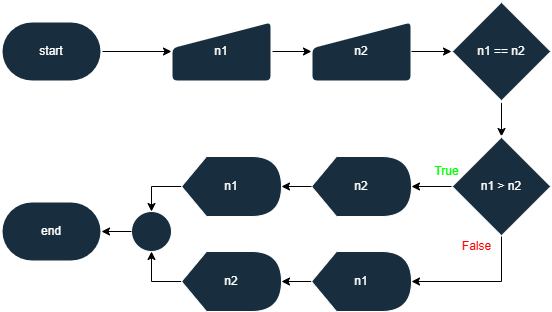
This is Parte-2/atividade4.png from kf-martins-uel/algoritmos-atividade1, a draw.io export, as it was before one commit. Source tidied: cells renumbered, new cells last; positions are measured from the earlier drawing's top-left corner, leaving out a move shared by most shapes. The source it was exported from:
```xml
<mxGraphModel math="1">
  <root>
    <mxCell id="0" />
    <mxCell id="1" parent="0" />
    <mxCell id="2" style="edgeStyle=orthogonalEdgeStyle;rounded=0;jettySize=auto;html=1;" parent="1" edge="1" source="3" target="5">
      <mxGeometry relative="1" as="geometry" />
    </mxCell>
    <mxCell id="3" value="start" style="strokeWidth=2;html=1;shape=mxgraph.flowchart.terminator;whiteSpace=wrap;labelBackgroundColor=none;fillColor=#182E3E;strokeColor=#FFFFFF;fontColor=#FFFFFF;rounded=0;" parent="1" vertex="1">
      <mxGeometry y="20" width="100" height="60" as="geometry" />
    </mxCell>
    <mxCell id="4" style="edgeStyle=orthogonalEdgeStyle;rounded=0;jettySize=auto;html=1;" parent="1" edge="1" source="5" target="6">
      <mxGeometry relative="1" as="geometry" />
    </mxCell>
    <mxCell id="5" value="n1" style="html=1;strokeWidth=2;shape=manualInput;whiteSpace=wrap;rounded=1;size=26;arcSize=11;labelBackgroundColor=none;fillColor=#182E3E;strokeColor=#FFFFFF;fontColor=#FFFFFF;" parent="1" vertex="1">
      <mxGeometry x="170" y="20" width="100" height="60" as="geometry" />
    </mxCell>
    <mxCell id="6" value="n2" style="html=1;strokeWidth=2;shape=manualInput;whiteSpace=wrap;rounded=1;size=26;arcSize=11;labelBackgroundColor=none;fillColor=#182E3E;strokeColor=#FFFFFF;fontColor=#FFFFFF;" parent="1" vertex="1">
      <mxGeometry x="310" y="20" width="100" height="60" as="geometry" />
    </mxCell>
    <mxCell id="7" style="edgeStyle=orthogonalEdgeStyle;rounded=0;jettySize=auto;html=1;" parent="1" edge="1" source="8" target="9">
      <mxGeometry relative="1" as="geometry" />
    </mxCell>
    <mxCell id="8" value="n1 == n2" style="strokeWidth=2;html=1;shape=mxgraph.flowchart.decision;whiteSpace=wrap;strokeColor=#FFFFFF;fontColor=#FFFFFF;fillColor=#182E3E;" parent="1" vertex="1">
      <mxGeometry x="450" width="100" height="100" as="geometry" />
    </mxCell>
    <mxCell id="9" value="n1 &amp;gt; n2" style="strokeWidth=2;html=1;shape=mxgraph.flowchart.decision;whiteSpace=wrap;strokeColor=#FFFFFF;fontColor=#FFFFFF;fillColor=#182E3E;" parent="1" vertex="1">
      <mxGeometry x="450" y="135" width="100" height="100" as="geometry" />
    </mxCell>
    <mxCell id="10" style="edgeStyle=orthogonalEdgeStyle;rounded=0;jettySize=auto;html=1;entryX=0;entryY=0.5;entryDx=0;entryDy=0;entryPerimeter=0;" parent="1" edge="1" source="6" target="8">
      <mxGeometry relative="1" as="geometry" />
    </mxCell>
    <mxCell id="11" value="n2" style="shape=display;whiteSpace=wrap;html=1;strokeColor=#FFFFFF;fontColor=#FFFFFF;fillColor=#182E3E;" parent="1" vertex="1">
      <mxGeometry x="310" y="155" width="100" height="60" as="geometry" />
    </mxCell>
    <mxCell id="12" style="edgeStyle=orthogonalEdgeStyle;rounded=0;jettySize=auto;html=1;" parent="1" edge="1" source="13" target="17">
      <mxGeometry relative="1" as="geometry" />
    </mxCell>
    <mxCell id="13" value="n1" style="shape=display;whiteSpace=wrap;html=1;strokeColor=#FFFFFF;fontColor=#FFFFFF;fillColor=#182E3E;" parent="1" vertex="1">
      <mxGeometry x="310" y="250" width="100" height="60" as="geometry" />
    </mxCell>
    <mxCell id="14" style="edgeStyle=orthogonalEdgeStyle;rounded=0;jettySize=auto;html=1;entryX=0.5;entryY=0;entryDx=0;entryDy=0;" parent="1" edge="1" source="15" target="23">
      <mxGeometry relative="1" as="geometry" />
    </mxCell>
    <mxCell id="15" value="n1" style="shape=display;whiteSpace=wrap;html=1;strokeColor=#FFFFFF;fontColor=#FFFFFF;fillColor=#182E3E;" parent="1" vertex="1">
      <mxGeometry x="180" y="155" width="100" height="60" as="geometry" />
    </mxCell>
    <mxCell id="16" style="edgeStyle=orthogonalEdgeStyle;rounded=0;jettySize=auto;html=1;entryX=0.5;entryY=1;entryDx=0;entryDy=0;" parent="1" edge="1" source="17" target="23">
      <mxGeometry relative="1" as="geometry" />
    </mxCell>
    <mxCell id="17" value="n2" style="shape=display;whiteSpace=wrap;html=1;strokeColor=#FFFFFF;fontColor=#FFFFFF;fillColor=#182E3E;" parent="1" vertex="1">
      <mxGeometry x="180" y="250" width="100" height="60" as="geometry" />
    </mxCell>
    <mxCell id="18" style="edgeStyle=orthogonalEdgeStyle;rounded=0;jettySize=auto;html=1;entryX=1;entryY=0.5;entryDx=0;entryDy=0;entryPerimeter=0;" parent="1" edge="1" source="9" target="11">
      <mxGeometry relative="1" as="geometry" />
    </mxCell>
    <mxCell id="19" style="edgeStyle=orthogonalEdgeStyle;rounded=0;jettySize=auto;html=1;entryX=1;entryY=0.5;entryDx=0;entryDy=0;entryPerimeter=0;" parent="1" edge="1" source="9" target="13">
      <mxGeometry relative="1" as="geometry">
        <Array as="points">
          <mxPoint x="500" y="280" />
        </Array>
      </mxGeometry>
    </mxCell>
    <mxCell id="20" style="edgeStyle=orthogonalEdgeStyle;rounded=0;jettySize=auto;html=1;entryX=1;entryY=0.5;entryDx=0;entryDy=0;entryPerimeter=0;" parent="1" edge="1" source="11" target="15">
      <mxGeometry relative="1" as="geometry" />
    </mxCell>
    <mxCell id="21" value="&lt;font style=&quot;color: light-dark(rgb(255, 0, 0), rgb(255, 0, 0));&quot;&gt;False&lt;/font&gt;" style="text;html=1;align=center;verticalAlign=middle;strokeColor=none;fillColor=none;fontColor=#FFFFFF;labelBackgroundColor=none;" parent="1" vertex="1">
      <mxGeometry x="450" y="230" width="50" height="30" as="geometry" />
    </mxCell>
    <mxCell id="22" value="&lt;font style=&quot;color: light-dark(rgb(0, 255, 0), rgb(0, 255, 0));&quot;&gt;True&lt;/font&gt;" style="text;html=1;align=center;verticalAlign=middle;strokeColor=none;fillColor=none;fontColor=#FFFFFF;labelBackgroundColor=none;" parent="1" vertex="1">
      <mxGeometry x="420" y="155" width="50" height="30" as="geometry" />
    </mxCell>
    <mxCell id="23" style="ellipse;whiteSpace=wrap;html=1;strokeColor=#FFFFFF;fontColor=#FFFFFF;fillColor=#182E3E;" parent="1" vertex="1">
      <mxGeometry x="130" y="210" width="40" height="40" as="geometry" />
    </mxCell>
    <mxCell id="24" value="end" style="strokeWidth=2;html=1;shape=mxgraph.flowchart.terminator;whiteSpace=wrap;labelBackgroundColor=none;fillColor=#182E3E;strokeColor=#FFFFFF;fontColor=#FFFFFF;rounded=0;" parent="1" vertex="1">
      <mxGeometry y="200" width="100" height="60" as="geometry" />
    </mxCell>
    <mxCell id="25" style="edgeStyle=orthogonalEdgeStyle;rounded=0;jettySize=auto;html=1;entryX=1;entryY=0.5;entryDx=0;entryDy=0;entryPerimeter=0;" parent="1" edge="1" source="23" target="24">
      <mxGeometry relative="1" as="geometry" />
    </mxCell>
  </root>
</mxGraphModel>
```
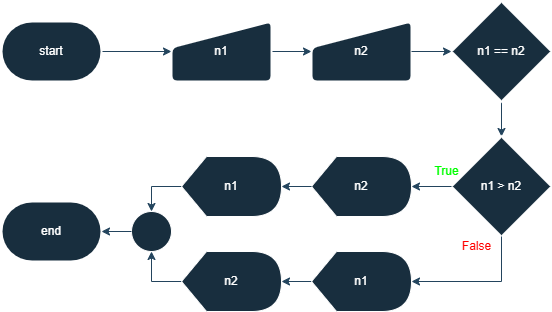
Above is the later version.

Diff of the diagram source:
```diff
@@ -2,13 +2,13 @@
   <root>
     <mxCell id="0" />
     <mxCell id="1" parent="0" />
-    <mxCell id="2" style="edgeStyle=orthogonalEdgeStyle;rounded=0;jettySize=auto;html=1;" parent="1" edge="1" source="3" target="5">
+    <mxCell id="2" style="edgeStyle=orthogonalEdgeStyle;rounded=0;jettySize=auto;html=1;labelBackgroundColor=none;strokeColor=#23445D;fontColor=default;" parent="1" edge="1" source="3" target="5">
       <mxGeometry relative="1" as="geometry" />
     </mxCell>
     <mxCell id="3" value="start" style="strokeWidth=2;html=1;shape=mxgraph.flowchart.terminator;whiteSpace=wrap;labelBackgroundColor=none;fillColor=#182E3E;strokeColor=#FFFFFF;fontColor=#FFFFFF;rounded=0;" parent="1" vertex="1">
       <mxGeometry y="20" width="100" height="60" as="geometry" />
     </mxCell>
-    <mxCell id="4" style="edgeStyle=orthogonalEdgeStyle;rounded=0;jettySize=auto;html=1;" parent="1" edge="1" source="5" target="6">
+    <mxCell id="4" style="edgeStyle=orthogonalEdgeStyle;rounded=0;jettySize=auto;html=1;labelBackgroundColor=none;strokeColor=#23445D;fontColor=default;" parent="1" edge="1" source="5" target="6">
       <mxGeometry relative="1" as="geometry" />
     </mxCell>
     <mxCell id="5" value="n1" style="html=1;strokeWidth=2;shape=manualInput;whiteSpace=wrap;rounded=1;size=26;arcSize=11;labelBackgroundColor=none;fillColor=#182E3E;strokeColor=#FFFFFF;fontColor=#FFFFFF;" parent="1" vertex="1">
@@ -17,50 +17,50 @@
     <mxCell id="6" value="n2" style="html=1;strokeWidth=2;shape=manualInput;whiteSpace=wrap;rounded=1;size=26;arcSize=11;labelBackgroundColor=none;fillColor=#182E3E;strokeColor=#FFFFFF;fontColor=#FFFFFF;" parent="1" vertex="1">
       <mxGeometry x="310" y="20" width="100" height="60" as="geometry" />
     </mxCell>
-    <mxCell id="7" style="edgeStyle=orthogonalEdgeStyle;rounded=0;jettySize=auto;html=1;" parent="1" edge="1" source="8" target="9">
+    <mxCell id="7" style="edgeStyle=orthogonalEdgeStyle;rounded=0;jettySize=auto;html=1;labelBackgroundColor=none;strokeColor=#23445D;fontColor=default;" parent="1" edge="1" source="8" target="9">
       <mxGeometry relative="1" as="geometry" />
     </mxCell>
-    <mxCell id="8" value="n1 == n2" style="strokeWidth=2;html=1;shape=mxgraph.flowchart.decision;whiteSpace=wrap;strokeColor=#FFFFFF;fontColor=#FFFFFF;fillColor=#182E3E;" parent="1" vertex="1">
+    <mxCell id="8" value="n1 == n2" style="strokeWidth=2;html=1;shape=mxgraph.flowchart.decision;whiteSpace=wrap;strokeColor=#FFFFFF;fontColor=#FFFFFF;fillColor=#182E3E;labelBackgroundColor=none;" parent="1" vertex="1">
       <mxGeometry x="450" width="100" height="100" as="geometry" />
     </mxCell>
-    <mxCell id="9" value="n1 &amp;gt; n2" style="strokeWidth=2;html=1;shape=mxgraph.flowchart.decision;whiteSpace=wrap;strokeColor=#FFFFFF;fontColor=#FFFFFF;fillColor=#182E3E;" parent="1" vertex="1">
+    <mxCell id="9" value="n1 &amp;gt; n2" style="strokeWidth=2;html=1;shape=mxgraph.flowchart.decision;whiteSpace=wrap;strokeColor=#FFFFFF;fontColor=#FFFFFF;fillColor=#182E3E;labelBackgroundColor=none;" parent="1" vertex="1">
       <mxGeometry x="450" y="135" width="100" height="100" as="geometry" />
     </mxCell>
-    <mxCell id="10" style="edgeStyle=orthogonalEdgeStyle;rounded=0;jettySize=auto;html=1;entryX=0;entryY=0.5;entryDx=0;entryDy=0;entryPerimeter=0;" parent="1" edge="1" source="6" target="8">
+    <mxCell id="10" style="edgeStyle=orthogonalEdgeStyle;rounded=0;jettySize=auto;html=1;entryX=0;entryY=0.5;entryDx=0;entryDy=0;entryPerimeter=0;labelBackgroundColor=none;strokeColor=#23445D;fontColor=default;" parent="1" edge="1" source="6" target="8">
       <mxGeometry relative="1" as="geometry" />
     </mxCell>
-    <mxCell id="11" value="n2" style="shape=display;whiteSpace=wrap;html=1;strokeColor=#FFFFFF;fontColor=#FFFFFF;fillColor=#182E3E;" parent="1" vertex="1">
+    <mxCell id="11" value="n2" style="shape=display;whiteSpace=wrap;html=1;strokeColor=#FFFFFF;fontColor=#FFFFFF;fillColor=#182E3E;labelBackgroundColor=none;" parent="1" vertex="1">
       <mxGeometry x="310" y="155" width="100" height="60" as="geometry" />
     </mxCell>
-    <mxCell id="12" style="edgeStyle=orthogonalEdgeStyle;rounded=0;jettySize=auto;html=1;" parent="1" edge="1" source="13" target="17">
+    <mxCell id="12" style="edgeStyle=orthogonalEdgeStyle;rounded=0;jettySize=auto;html=1;labelBackgroundColor=none;strokeColor=#23445D;fontColor=default;" parent="1" edge="1" source="13" target="17">
       <mxGeometry relative="1" as="geometry" />
     </mxCell>
-    <mxCell id="13" value="n1" style="shape=display;whiteSpace=wrap;html=1;strokeColor=#FFFFFF;fontColor=#FFFFFF;fillColor=#182E3E;" parent="1" vertex="1">
+    <mxCell id="13" value="n1" style="shape=display;whiteSpace=wrap;html=1;strokeColor=#FFFFFF;fontColor=#FFFFFF;fillColor=#182E3E;labelBackgroundColor=none;" parent="1" vertex="1">
       <mxGeometry x="310" y="250" width="100" height="60" as="geometry" />
     </mxCell>
-    <mxCell id="14" style="edgeStyle=orthogonalEdgeStyle;rounded=0;jettySize=auto;html=1;entryX=0.5;entryY=0;entryDx=0;entryDy=0;" parent="1" edge="1" source="15" target="23">
+    <mxCell id="14" style="edgeStyle=orthogonalEdgeStyle;rounded=0;jettySize=auto;html=1;entryX=0.5;entryY=0;entryDx=0;entryDy=0;labelBackgroundColor=none;strokeColor=#23445D;fontColor=default;" parent="1" edge="1" source="15" target="23">
       <mxGeometry relative="1" as="geometry" />
     </mxCell>
-    <mxCell id="15" value="n1" style="shape=display;whiteSpace=wrap;html=1;strokeColor=#FFFFFF;fontColor=#FFFFFF;fillColor=#182E3E;" parent="1" vertex="1">
+    <mxCell id="15" value="n1" style="shape=display;whiteSpace=wrap;html=1;strokeColor=#FFFFFF;fontColor=#FFFFFF;fillColor=#182E3E;labelBackgroundColor=none;" parent="1" vertex="1">
       <mxGeometry x="180" y="155" width="100" height="60" as="geometry" />
     </mxCell>
-    <mxCell id="16" style="edgeStyle=orthogonalEdgeStyle;rounded=0;jettySize=auto;html=1;entryX=0.5;entryY=1;entryDx=0;entryDy=0;" parent="1" edge="1" source="17" target="23">
+    <mxCell id="16" style="edgeStyle=orthogonalEdgeStyle;rounded=0;jettySize=auto;html=1;entryX=0.5;entryY=1;entryDx=0;entryDy=0;labelBackgroundColor=none;strokeColor=#23445D;fontColor=default;" parent="1" edge="1" source="17" target="23">
       <mxGeometry relative="1" as="geometry" />
     </mxCell>
-    <mxCell id="17" value="n2" style="shape=display;whiteSpace=wrap;html=1;strokeColor=#FFFFFF;fontColor=#FFFFFF;fillColor=#182E3E;" parent="1" vertex="1">
+    <mxCell id="17" value="n2" style="shape=display;whiteSpace=wrap;html=1;strokeColor=#FFFFFF;fontColor=#FFFFFF;fillColor=#182E3E;labelBackgroundColor=none;" parent="1" vertex="1">
       <mxGeometry x="180" y="250" width="100" height="60" as="geometry" />
     </mxCell>
-    <mxCell id="18" style="edgeStyle=orthogonalEdgeStyle;rounded=0;jettySize=auto;html=1;entryX=1;entryY=0.5;entryDx=0;entryDy=0;entryPerimeter=0;" parent="1" edge="1" source="9" target="11">
+    <mxCell id="18" style="edgeStyle=orthogonalEdgeStyle;rounded=0;jettySize=auto;html=1;entryX=1;entryY=0.5;entryDx=0;entryDy=0;entryPerimeter=0;labelBackgroundColor=none;strokeColor=#23445D;fontColor=default;" parent="1" edge="1" source="9" target="11">
       <mxGeometry relative="1" as="geometry" />
     </mxCell>
-    <mxCell id="19" style="edgeStyle=orthogonalEdgeStyle;rounded=0;jettySize=auto;html=1;entryX=1;entryY=0.5;entryDx=0;entryDy=0;entryPerimeter=0;" parent="1" edge="1" source="9" target="13">
+    <mxCell id="19" style="edgeStyle=orthogonalEdgeStyle;rounded=0;jettySize=auto;html=1;entryX=1;entryY=0.5;entryDx=0;entryDy=0;entryPerimeter=0;labelBackgroundColor=none;strokeColor=#23445D;fontColor=default;" parent="1" edge="1" source="9" target="13">
       <mxGeometry relative="1" as="geometry">
         <Array as="points">
           <mxPoint x="500" y="280" />
         </Array>
       </mxGeometry>
     </mxCell>
-    <mxCell id="20" style="edgeStyle=orthogonalEdgeStyle;rounded=0;jettySize=auto;html=1;entryX=1;entryY=0.5;entryDx=0;entryDy=0;entryPerimeter=0;" parent="1" edge="1" source="11" target="15">
+    <mxCell id="20" style="edgeStyle=orthogonalEdgeStyle;rounded=0;jettySize=auto;html=1;entryX=1;entryY=0.5;entryDx=0;entryDy=0;entryPerimeter=0;labelBackgroundColor=none;strokeColor=#23445D;fontColor=default;" parent="1" edge="1" source="11" target="15">
       <mxGeometry relative="1" as="geometry" />
     </mxCell>
     <mxCell id="21" value="&lt;font style=&quot;color: light-dark(rgb(255, 0, 0), rgb(255, 0, 0));&quot;&gt;False&lt;/font&gt;" style="text;html=1;align=center;verticalAlign=middle;strokeColor=none;fillColor=none;fontColor=#FFFFFF;labelBackgroundColor=none;" parent="1" vertex="1">
@@ -69,13 +69,13 @@
     <mxCell id="22" value="&lt;font style=&quot;color: light-dark(rgb(0, 255, 0), rgb(0, 255, 0));&quot;&gt;True&lt;/font&gt;" style="text;html=1;align=center;verticalAlign=middle;strokeColor=none;fillColor=none;fontColor=#FFFFFF;labelBackgroundColor=none;" parent="1" vertex="1">
       <mxGeometry x="420" y="155" width="50" height="30" as="geometry" />
     </mxCell>
-    <mxCell id="23" style="ellipse;whiteSpace=wrap;html=1;strokeColor=#FFFFFF;fontColor=#FFFFFF;fillColor=#182E3E;" parent="1" vertex="1">
+    <mxCell id="23" style="ellipse;whiteSpace=wrap;html=1;strokeColor=#FFFFFF;fontColor=#FFFFFF;fillColor=#182E3E;labelBackgroundColor=none;" parent="1" vertex="1">
       <mxGeometry x="130" y="210" width="40" height="40" as="geometry" />
     </mxCell>
     <mxCell id="24" value="end" style="strokeWidth=2;html=1;shape=mxgraph.flowchart.terminator;whiteSpace=wrap;labelBackgroundColor=none;fillColor=#182E3E;strokeColor=#FFFFFF;fontColor=#FFFFFF;rounded=0;" parent="1" vertex="1">
       <mxGeometry y="200" width="100" height="60" as="geometry" />
     </mxCell>
-    <mxCell id="25" style="edgeStyle=orthogonalEdgeStyle;rounded=0;jettySize=auto;html=1;entryX=1;entryY=0.5;entryDx=0;entryDy=0;entryPerimeter=0;" parent="1" edge="1" source="23" target="24">
+    <mxCell id="25" style="edgeStyle=orthogonalEdgeStyle;rounded=0;jettySize=auto;html=1;entryX=1;entryY=0.5;entryDx=0;entryDy=0;entryPerimeter=0;labelBackgroundColor=none;strokeColor=#23445D;fontColor=default;" parent="1" edge="1" source="23" target="24">
       <mxGeometry relative="1" as="geometry" />
     </mxCell>
   </root>
```
